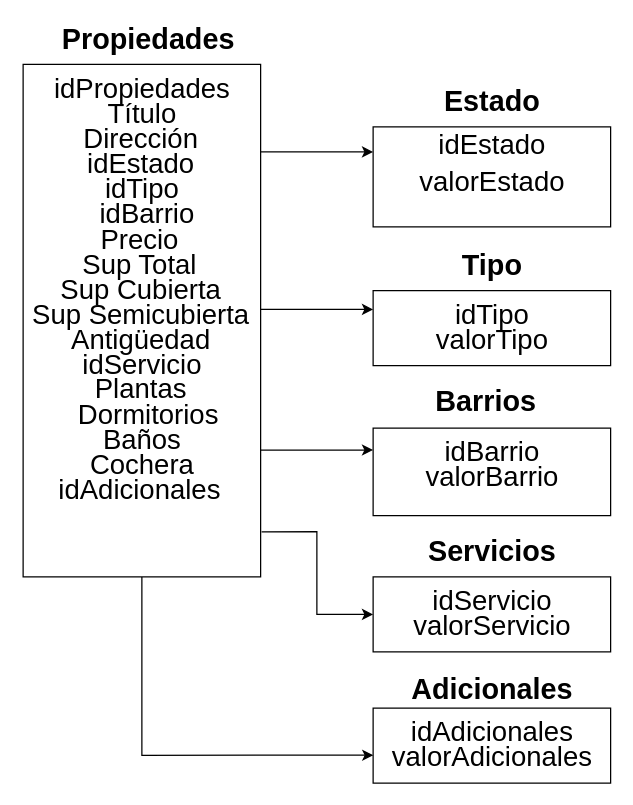
Before: archivos/EsquemaBBDD.drawio in dchiapa/losMosquiteros, a draw.io diagram. Source tidied: cells renumbered, new cells numbered last; positions are measured from the earlier drawing's top-left corner, leaving out a move shared by most shapes. Both pictures are drawn from the tidied source at 125%, with x=0, y=0 at pixel (21, 26).
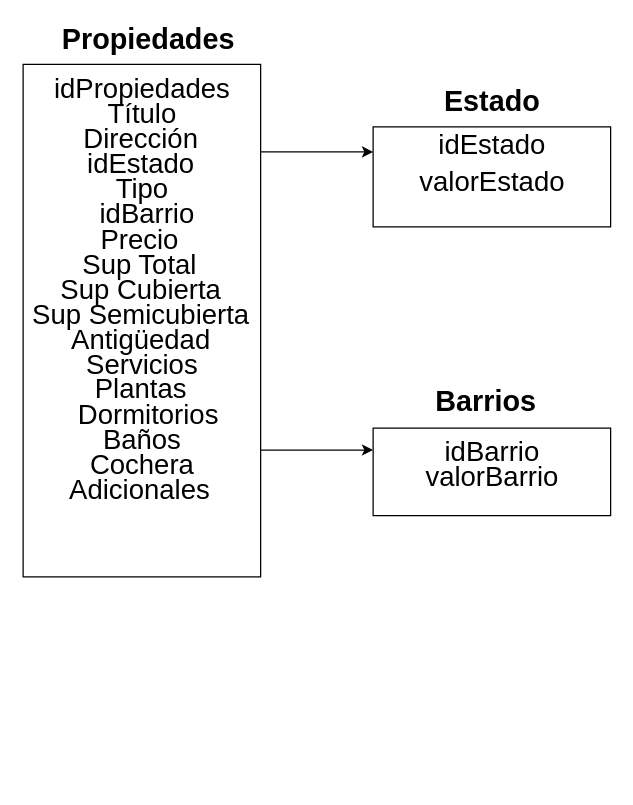
The same diagram, later.

Unchanged cells that the change refers to:
```xml
<mxCell id="7" style="rounded=0;whiteSpace=wrap;html=1;" parent="1" vertex="1">
  <mxGeometry x="1" y="30" width="190" height="410" as="geometry" />
</mxCell>
```

What changed in the source:
```diff
@@
-    <mxCell id="3" style="edgeStyle=orthogonalEdgeStyle;rounded=0;jettySize=auto;html=1;entryX=0;entryY=0.25;entryDx=0;entryDy=0;" parent="1" edge="1" source="7" target="27">
-      <mxGeometry relative="1" as="geometry">
-        <Array as="points">
-          <mxPoint x="251" y="226" />
-          <mxPoint x="251" y="226" />
-        </Array>
-      </mxGeometry>
-    </mxCell>
@@
-    <mxCell id="5" style="edgeStyle=orthogonalEdgeStyle;rounded=0;jettySize=auto;html=1;entryX=0;entryY=0.5;entryDx=0;entryDy=0;exitX=1.004;exitY=0.912;exitDx=0;exitDy=0;exitPerimeter=0;" parent="1" edge="1" source="7" target="37">
-      <mxGeometry relative="1" as="geometry" />
-    </mxCell>
-    <mxCell id="6" style="edgeStyle=orthogonalEdgeStyle;rounded=0;jettySize=auto;html=1;entryX=0.001;entryY=0.628;entryDx=0;entryDy=0;entryPerimeter=0;" parent="1" edge="1" source="7" target="41">
-      <mxGeometry relative="1" as="geometry">
-        <Array as="points">
-          <mxPoint x="96" y="583" />
-        </Array>
-      </mxGeometry>
-    </mxCell>
@@
-    <mxCell id="26" value="&lt;font style=&quot;font-size: 22px&quot;&gt;idTipo&lt;/font&gt;" style="text;html=1;align=center;verticalAlign=middle;" parent="1" vertex="1">
-      <mxGeometry x="61" y="120" width="70" height="20" as="geometry" />
+    <mxCell id="26" value="&lt;font style=&quot;font-size: 22px&quot;&gt;Tipo&lt;/font&gt;" style="text;html=1;align=center;verticalAlign=middle;" parent="1" vertex="1">
+      <mxGeometry x="66" y="120" width="60" height="20" as="geometry" />
     </mxCell>
-    <mxCell id="27" style="rounded=0;whiteSpace=wrap;html=1;" parent="1" vertex="1">
-      <mxGeometry x="281" y="211" width="190" height="60" as="geometry" />
-    </mxCell>
-    <mxCell id="28" value="&lt;font style=&quot;font-size: 23px&quot;&gt;&lt;b&gt;Tipo&lt;/b&gt;&lt;/font&gt;" style="text;html=1;align=center;verticalAlign=middle;" parent="1" vertex="1">
-      <mxGeometry x="346" y="181" width="60" height="20" as="geometry" />
-    </mxCell>
-    <mxCell id="29" value="&lt;font style=&quot;font-size: 22px&quot;&gt;idTipo&lt;/font&gt;" style="text;html=1;align=center;verticalAlign=middle;" parent="1" vertex="1">
-      <mxGeometry x="341" y="221" width="70" height="20" as="geometry" />
-    </mxCell>
-    <mxCell id="30" value="&lt;font style=&quot;font-size: 22px&quot;&gt;valorTipo&lt;/font&gt;" style="text;html=1;align=center;verticalAlign=middle;" parent="1" vertex="1">
-      <mxGeometry x="321" y="241" width="110" height="20" as="geometry" />
-    </mxCell>
@@
-    <mxCell id="36" value="&lt;font style=&quot;font-size: 23px&quot;&gt;&lt;b&gt;Servicios&lt;/b&gt;&lt;/font&gt;" style="text;html=1;align=center;verticalAlign=middle;" parent="1" vertex="1">
-      <mxGeometry x="316" y="410" width="120" height="20" as="geometry" />
-    </mxCell>
-    <mxCell id="37" style="rounded=0;whiteSpace=wrap;html=1;" parent="1" vertex="1">
-      <mxGeometry x="281" y="440" width="190" height="60" as="geometry" />
-    </mxCell>
-    <mxCell id="38" value="&lt;font style=&quot;font-size: 22px&quot;&gt;idServicio&lt;br&gt;&lt;/font&gt;" style="text;html=1;align=center;verticalAlign=middle;" parent="1" vertex="1">
-      <mxGeometry x="321" y="450" width="110" height="20" as="geometry" />
-    </mxCell>
-    <mxCell id="39" value="&lt;font style=&quot;font-size: 22px&quot;&gt;valorServicio&lt;/font&gt;" style="text;html=1;align=center;verticalAlign=middle;" parent="1" vertex="1">
-      <mxGeometry x="306" y="470" width="140" height="20" as="geometry" />
-    </mxCell>
-    <mxCell id="40" value="&lt;font style=&quot;font-size: 22px&quot;&gt;idServicio&lt;br&gt;&lt;/font&gt;" style="text;html=1;align=center;verticalAlign=middle;" parent="1" vertex="1">
-      <mxGeometry x="41" y="261" width="110" height="20" as="geometry" />
+    <mxCell id="40" value="&lt;font style=&quot;font-size: 22px&quot;&gt;Servicios&lt;br&gt;&lt;/font&gt;" style="text;html=1;align=center;verticalAlign=middle;" parent="1" vertex="1">
+      <mxGeometry x="46" y="261" width="100" height="20" as="geometry" />
     </mxCell>
-    <mxCell id="41" style="rounded=0;whiteSpace=wrap;html=1;" parent="1" vertex="1">
-      <mxGeometry x="281" y="545" width="190" height="60" as="geometry" />
-    </mxCell>
-    <mxCell id="42" value="&lt;font style=&quot;font-size: 23px&quot;&gt;&lt;b&gt;Adicionales&lt;/b&gt;&lt;/font&gt;" style="text;html=1;align=center;verticalAlign=middle;" parent="1" vertex="1">
-      <mxGeometry x="306" y="520" width="140" height="20" as="geometry" />
-    </mxCell>
-    <mxCell id="43" value="&lt;font style=&quot;font-size: 22px&quot;&gt;idAdicionales&lt;/font&gt;" style="text;html=1;align=center;verticalAlign=middle;" parent="1" vertex="1">
-      <mxGeometry x="19" y="361" width="150" height="20" as="geometry" />
+    <mxCell id="43" value="&lt;font style=&quot;font-size: 22px&quot;&gt;Adicionales&lt;/font&gt;" style="text;html=1;align=center;verticalAlign=middle;" parent="1" vertex="1">
+      <mxGeometry x="29" y="361" width="130" height="20" as="geometry" />
     </mxCell>
-    <mxCell id="44" value="&lt;font style=&quot;font-size: 22px&quot;&gt;idAdicionales&lt;/font&gt;" style="text;html=1;align=center;verticalAlign=middle;" parent="1" vertex="1">
-      <mxGeometry x="301" y="555" width="150" height="20" as="geometry" />
-    </mxCell>
-    <mxCell id="45" value="&lt;font style=&quot;font-size: 22px&quot;&gt;valorAdicionales&lt;/font&gt;" style="text;html=1;align=center;verticalAlign=middle;" parent="1" vertex="1">
-      <mxGeometry x="286" y="575" width="180" height="20" as="geometry" />
-    </mxCell>
```
